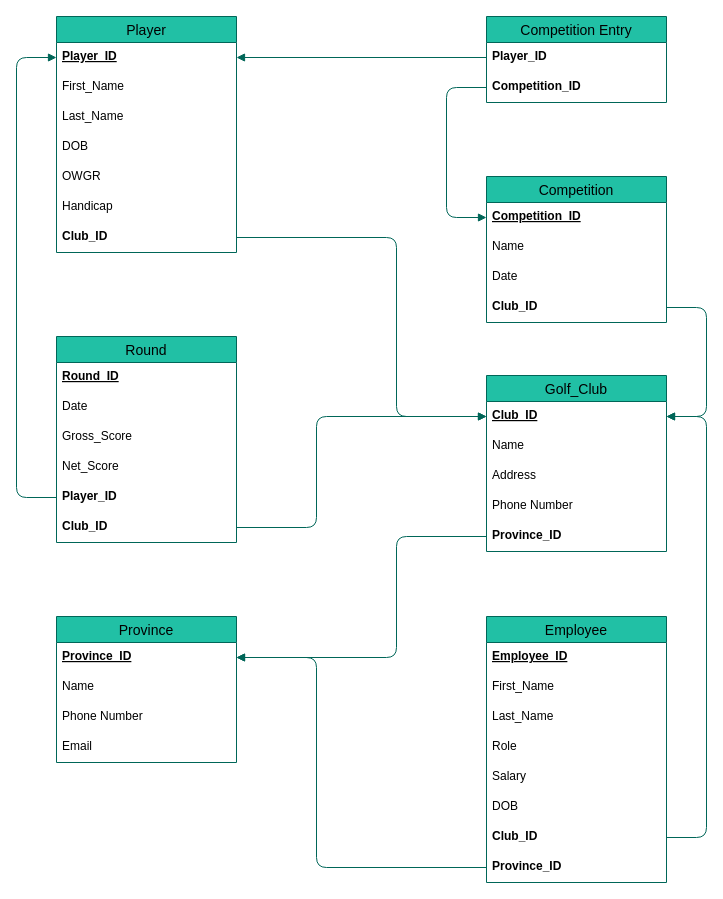
johnmarksinclair/College keeps this draw.io diagram as page "Relational Schema" (3 of 4) of 3rd Year/Info Management II/Project/All Diagrams.drawio. Above is the earlier version. Source tidied: cells renumbered, new cells numbered last; positions are measured from the earlier drawing's top-left corner, leaving out a move shared by most shapes. Both pictures are drawn from the tidied source at 100%, with x=0, y=0 at pixel (16, 16).
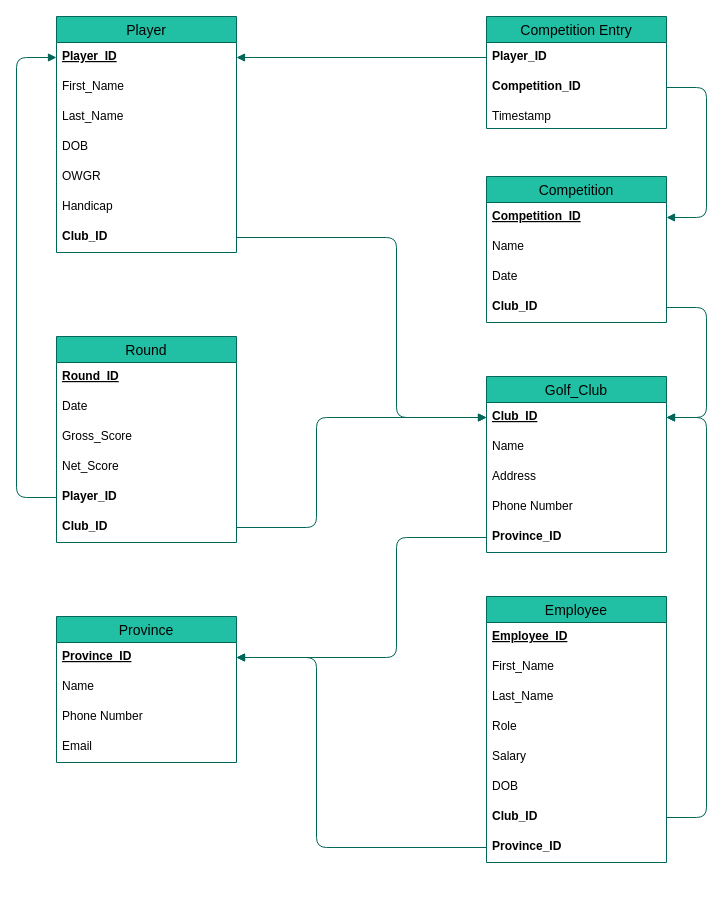
The same page after the edit.

The change refers to these unchanged cells:
```xml
<mxCell id="4" value="Competition_ID" style="text;strokeColor=none;fillColor=none;spacingLeft=4;spacingRight=4;overflow=hidden;points=[[0,0.5],[1,0.5]];portConstraint=eastwest;fontSize=12;fontStyle=1;" parent="2" vertex="1">
  <mxGeometry y="56" width="180" height="30" as="geometry" />
</mxCell>
<mxCell id="12" value="Club_ID" style="text;strokeColor=none;fillColor=none;spacingLeft=4;spacingRight=4;overflow=hidden;points=[[0,0.5],[1,0.5]];portConstraint=eastwest;fontSize=12;rounded=0;sketch=0;fontStyle=1;" parent="5" vertex="1">
  <mxGeometry y="206" width="180" height="30" as="geometry" />
</mxCell>
<mxCell id="14" value="Competition_ID" style="text;strokeColor=none;fillColor=none;spacingLeft=4;spacingRight=4;overflow=hidden;points=[[0,0.5],[1,0.5]];portConstraint=eastwest;fontSize=12;fontStyle=5;" parent="13" vertex="1">
  <mxGeometry y="26" width="180" height="30" as="geometry" />
</mxCell>
<mxCell id="17" value="Club_ID" style="text;strokeColor=none;fillColor=none;spacingLeft=4;spacingRight=4;overflow=hidden;points=[[0,0.5],[1,0.5]];portConstraint=eastwest;fontSize=12;labelBackgroundColor=#ffffff;fontStyle=1;" parent="13" vertex="1">
  <mxGeometry y="116" width="180" height="30" as="geometry" />
</mxCell>
<mxCell id="19" value="Club_ID" style="text;strokeColor=none;fillColor=none;spacingLeft=4;spacingRight=4;overflow=hidden;points=[[0,0.5],[1,0.5]];portConstraint=eastwest;fontSize=12;fontStyle=5;" parent="18" vertex="1">
  <mxGeometry y="26" width="180" height="30" as="geometry" />
</mxCell>
<mxCell id="23" value="Province_ID" style="text;strokeColor=none;fillColor=none;spacingLeft=4;spacingRight=4;overflow=hidden;points=[[0,0.5],[1,0.5]];portConstraint=eastwest;fontSize=12;rounded=0;labelBackgroundColor=none;sketch=0;fontStyle=1;" parent="18" vertex="1">
  <mxGeometry y="146" width="180" height="30" as="geometry" />
</mxCell>
<mxCell id="30" value="Club_ID" style="text;strokeColor=none;fillColor=none;spacingLeft=4;spacingRight=4;overflow=hidden;points=[[0,0.5],[1,0.5]];portConstraint=eastwest;fontSize=12;rounded=0;labelBackgroundColor=none;sketch=0;fontStyle=1;" parent="24" vertex="1">
  <mxGeometry y="176" width="180" height="30" as="geometry" />
</mxCell>
<mxCell id="44" value="Club_ID" style="text;strokeColor=none;fillColor=none;spacingLeft=4;spacingRight=4;overflow=hidden;points=[[0,0.5],[1,0.5]];portConstraint=eastwest;fontSize=12;fontStyle=1;" parent="37" vertex="1">
  <mxGeometry y="206" width="180" height="30" as="geometry" />
</mxCell>
<mxCell id="45" value="Province_ID" style="text;strokeColor=none;fillColor=none;spacingLeft=4;spacingRight=4;overflow=hidden;points=[[0,0.5],[1,0.5]];portConstraint=eastwest;fontSize=12;rounded=0;labelBackgroundColor=none;sketch=0;fontStyle=1;" parent="37" vertex="1">
  <mxGeometry y="236" width="180" height="30" as="geometry" />
</mxCell>
<mxCell id="47" value="Province_ID" style="text;strokeColor=none;fillColor=none;spacingLeft=4;spacingRight=4;overflow=hidden;points=[[0,0.5],[1,0.5]];portConstraint=eastwest;fontSize=12;fontStyle=5;" parent="46" vertex="1">
  <mxGeometry y="26" width="180" height="30" as="geometry" />
</mxCell>
```

Diff of the diagram source:
```diff
@@
     <mxCell id="2" value="Competition Entry" style="swimlane;fontStyle=0;horizontal=1;startSize=26;align=center;fontSize=14;rounded=0;sketch=0;strokeColor=#006658;fillColor=#21C0A5;" parent="1" vertex="1">
-      <mxGeometry x="470" width="180" height="86" as="geometry" />
+      <mxGeometry x="470" width="180" height="112" as="geometry" />
     </mxCell>
@@
+    <mxCell id="54" value="Timestamp" style="text;strokeColor=none;fillColor=none;align=left;verticalAlign=top;spacingLeft=4;spacingRight=4;overflow=hidden;" parent="2" vertex="1">
+      <mxGeometry y="86" width="180" height="26" as="geometry" />
+    </mxCell>
@@
     <mxCell id="18" value="Golf_Club" style="swimlane;fontStyle=0;horizontal=1;startSize=26;align=center;fontSize=14;rounded=0;sketch=0;strokeColor=#006658;fillColor=#21C0A5;" parent="1" vertex="1">
-      <mxGeometry x="470" y="359" width="180" height="176" as="geometry" />
+      <mxGeometry x="470" y="360" width="180" height="176" as="geometry" />
     </mxCell>
@@
-    <mxCell id="32" style="endArrow=none;html=1;strokeColor=#006658;fillColor=#21C0A5;fontSize=14;fontColor=#000000;exitX=0;exitY=0.5;exitDx=0;exitDy=0;entryX=0;entryY=0.5;entryDx=0;entryDy=0;startArrow=block;startFill=1;edgeStyle=orthogonalEdgeStyle;" parent="1" edge="1" source="14" target="4">
+    <mxCell id="32" style="endArrow=none;html=1;strokeColor=#006658;fillColor=#21C0A5;fontSize=14;fontColor=#000000;startArrow=block;startFill=1;edgeStyle=orthogonalEdgeStyle;" parent="1" edge="1">
       <mxGeometry relative="1" as="geometry">
+        <mxPoint x="650" y="201" as="sourcePoint" />
+        <mxPoint x="650" y="71" as="targetPoint" />
         <Array as="points">
-          <mxPoint x="430" y="201" />
-          <mxPoint x="430" y="71" />
+          <mxPoint x="690" y="201" />
+          <mxPoint x="690" y="71" />
         </Array>
       </mxGeometry>
     </mxCell>
@@
     <mxCell id="34" style="endArrow=none;html=1;strokeColor=#006658;fillColor=#21C0A5;fontSize=14;fontColor=#000000;entryX=1;entryY=0.5;entryDx=0;entryDy=0;startArrow=block;startFill=1;edgeStyle=orthogonalEdgeStyle;exitX=0;exitY=0.5;exitDx=0;exitDy=0;" parent="1" edge="1" source="19" target="30">
       <mxGeometry relative="1" as="geometry">
         <Array as="points">
-          <mxPoint x="300" y="400" />
+          <mxPoint x="300" y="401" />
           <mxPoint x="300" y="511" />
         </Array>
       </mxGeometry>
     </mxCell>
     <mxCell id="35" style="endArrow=none;html=1;strokeColor=#006658;fillColor=#21C0A5;fontSize=14;fontColor=#000000;exitX=1;exitY=0.5;exitDx=0;exitDy=0;entryX=1;entryY=0.5;entryDx=0;entryDy=0;startArrow=block;startFill=1;edgeStyle=orthogonalEdgeStyle;" parent="1" edge="1" source="19" target="17">
       <mxGeometry relative="1" as="geometry">
         <Array as="points">
-          <mxPoint x="690" y="400" />
+          <mxPoint x="690" y="401" />
           <mxPoint x="690" y="291" />
         </Array>
       </mxGeometry>
     </mxCell>
     <mxCell id="36" style="endArrow=none;html=1;strokeColor=#006658;fillColor=#21C0A5;fontSize=14;fontColor=#000000;exitX=0;exitY=0.5;exitDx=0;exitDy=0;entryX=1;entryY=0.5;entryDx=0;entryDy=0;startArrow=block;startFill=1;edgeStyle=orthogonalEdgeStyle;" parent="1" edge="1" source="19" target="12">
       <mxGeometry relative="1" as="geometry">
         <Array as="points">
-          <mxPoint x="380" y="400" />
+          <mxPoint x="380" y="401" />
           <mxPoint x="380" y="221" />
         </Array>
       </mxGeometry>
     </mxCell>
     <mxCell id="37" value="Employee" style="swimlane;fontStyle=0;horizontal=1;startSize=26;align=center;fontSize=14;rounded=0;sketch=0;strokeColor=#006658;fillColor=#21C0A5;" parent="1" vertex="1">
-      <mxGeometry x="470" y="600" width="180" height="266" as="geometry" />
+      <mxGeometry x="470" y="580" width="180" height="266" as="geometry" />
     </mxCell>
@@
     <mxCell id="51" style="endArrow=none;html=1;strokeColor=#006658;fillColor=#21C0A5;fontSize=14;fontColor=#000000;exitX=1;exitY=0.5;exitDx=0;exitDy=0;entryX=0;entryY=0.5;entryDx=0;entryDy=0;startArrow=block;startFill=1;edgeStyle=orthogonalEdgeStyle;" parent="1" edge="1" source="47" target="23">
       <mxGeometry relative="1" as="geometry">
         <Array as="points">
           <mxPoint x="380" y="641" />
-          <mxPoint x="380" y="520" />
+          <mxPoint x="380" y="521" />
         </Array>
       </mxGeometry>
     </mxCell>
     <mxCell id="52" style="endArrow=none;html=1;strokeColor=#006658;fillColor=#21C0A5;fontSize=14;fontColor=#000000;exitX=1;exitY=0.5;exitDx=0;exitDy=0;entryX=0;entryY=0.5;entryDx=0;entryDy=0;startArrow=block;startFill=1;edgeStyle=orthogonalEdgeStyle;" parent="1" edge="1" source="47" target="45">
       <mxGeometry relative="1" as="geometry">
         <Array as="points">
           <mxPoint x="300" y="641" />
-          <mxPoint x="300" y="851" />
+          <mxPoint x="300" y="831" />
         </Array>
       </mxGeometry>
     </mxCell>
-    <mxCell id="53" style="endArrow=none;html=1;strokeColor=#006658;fillColor=#21C0A5;fontSize=14;fontColor=#000000;entryX=1;entryY=0.5;entryDx=0;entryDy=0;startArrow=block;startFill=1;edgeStyle=orthogonalEdgeStyle;" parent="1" edge="1" target="44">
+    <mxCell id="53" style="endArrow=none;html=1;strokeColor=#006658;fillColor=#21C0A5;fontSize=14;fontColor=#000000;entryX=1;entryY=0.5;entryDx=0;entryDy=0;startArrow=block;startFill=1;edgeStyle=orthogonalEdgeStyle;exitX=1;exitY=0.5;exitDx=0;exitDy=0;" parent="1" edge="1" source="19" target="44">
       <mxGeometry relative="1" as="geometry">
-        <mxPoint x="650" y="400" as="sourcePoint" />
         <Array as="points">
-          <mxPoint x="690" y="400" />
-          <mxPoint x="690" y="821" />
+          <mxPoint x="690" y="401" />
+          <mxPoint x="690" y="801" />
         </Array>
       </mxGeometry>
     </mxCell>
```
